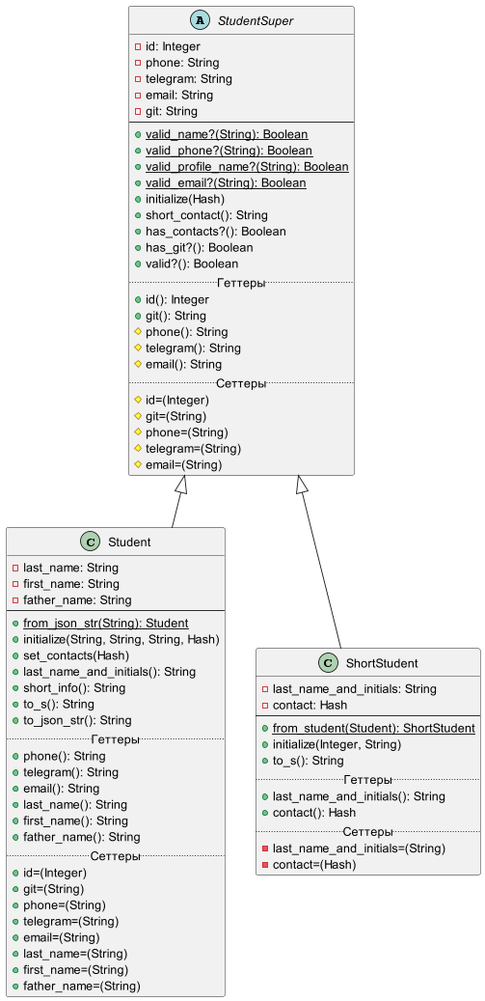
This is lab_2/diagram.png from KoriganGH/Patterns, a PlantUML export, as it was before one commit.
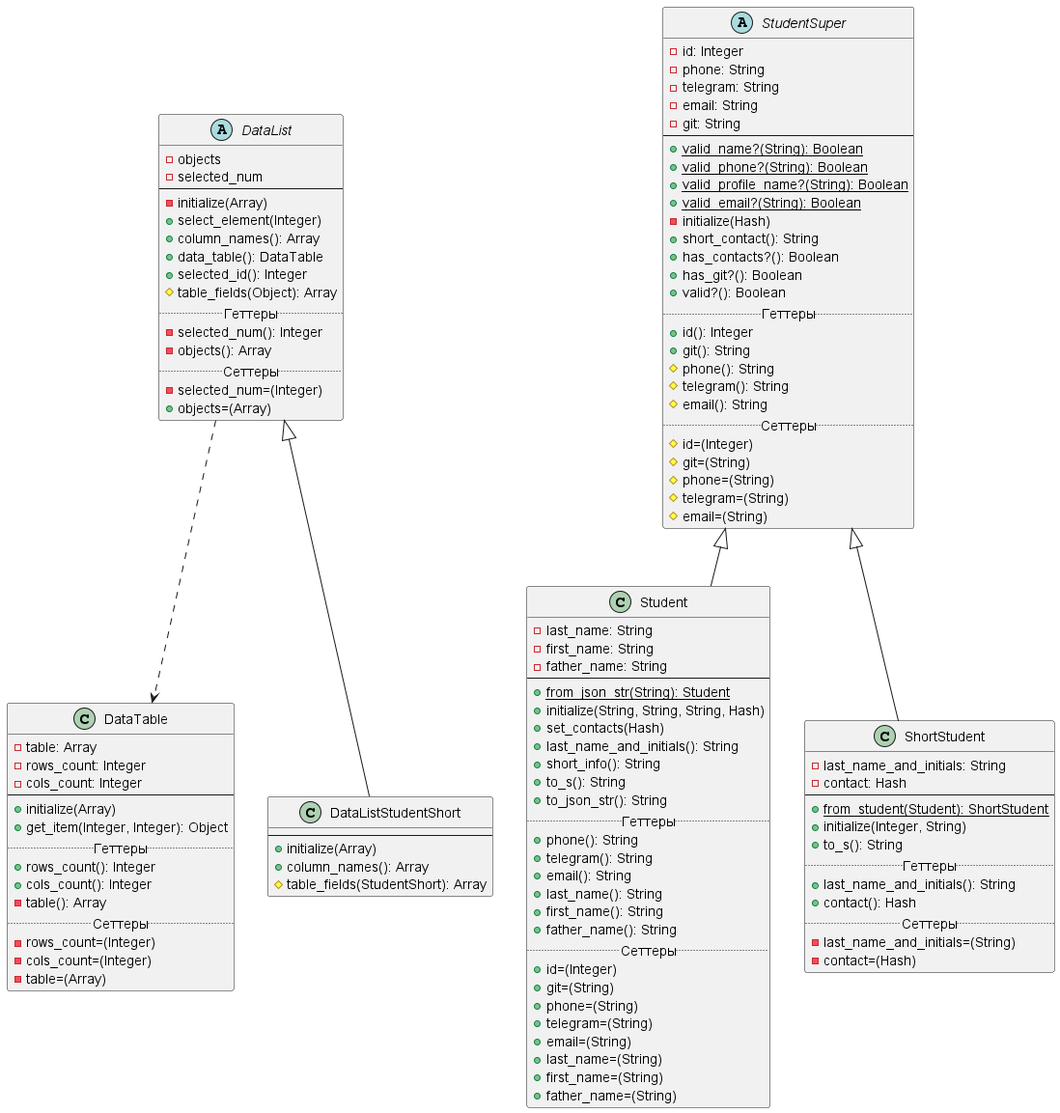
After the change.

Diff of the diagram source:
```diff
@@ -1,4 +1,6 @@
 @startuml
+
+DataList ..> DataTable
 
 abstract class StudentSuper {
     -id: Integer
@@ -11,7 +13,7 @@
     +{static}valid_phone?(String): Boolean
     +{static}valid_profile_name?(String): Boolean
     +{static}valid_email?(String): Boolean
-    +initialize(Hash)
+    -initialize(Hash)
     +short_contact(): String
     +has_contacts?(): Boolean
     +has_git?(): Boolean
@@ -75,4 +77,46 @@
     -contact=(Hash)
 }
 
+class DataTable {
+    -table: Array
+    -rows_count: Integer
+    -cols_count: Integer
+    --
+    +initialize(Array)
+    +get_item(Integer, Integer): Object
+    .. Геттеры ..
+    +rows_count(): Integer
+    +cols_count(): Integer
+    -table(): Array
+    .. Сеттеры ..
+    -rows_count=(Integer)
+    -cols_count=(Integer)
+    -table=(Array)
+}
+
+abstract class DataList {
+    -objects
+    -selected_num
+    --
+    -initialize(Array)
+    +select_element(Integer)
+    +column_names(): Array
+    +data_table(): DataTable
+    +selected_id(): Integer
+    #table_fields(Object): Array
+    .. Геттеры ..
+    -selected_num(): Integer
+    -objects(): Array
+    .. Сеттеры ..
+    -selected_num=(Integer)
+    +objects=(Array)
+}
+
+class DataListStudentShort extends DataList {
+    --
+    +initialize(Array)
+    +column_names(): Array
+    #table_fields(StudentShort): Array
+}
+
 @enduml
```
